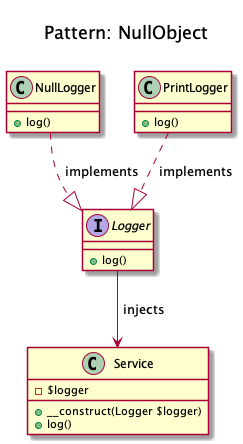
Before: patterns/behavioral/null-object/domnikl/diagram.png, a diagram exported from PlantUML (rosselli/design-patterns-implemented.concepts). Its diagram source:
```plantuml
@startuml
    Title <size:20>\nPattern: NullObject\n

    interface Logger {
		+ log()
	}

    class NullLogger {
		+ log()
	}

    class PrintLogger {
		+ log()
    }

	class Service {
		- $logger
		+ __construct(Logger $logger)
		+ log()
	}

    NullLogger ..|> Logger: " implements"
    PrintLogger ..|> Logger: " implements"
    Logger --> Service: " injects"
@enduml
```
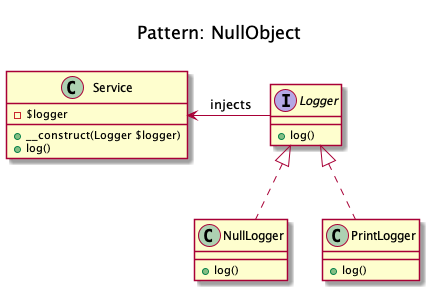
After the commit.

The edit, as a diff of the source:
```diff
@@ -5,11 +5,11 @@
 		+ log()
 	}
 
-    class NullLogger {
+    class NullLogger implements Logger {
 		+ log()
 	}
 
-    class PrintLogger {
+    class PrintLogger implements Logger {
 		+ log()
     }
 
@@ -19,7 +19,5 @@
 		+ log()
 	}
 
-    NullLogger ..|> Logger: " implements"
-    PrintLogger ..|> Logger: " implements"
-    Logger --> Service: " injects"
+    Logger -left-> Service: " injects"
 @enduml
```
